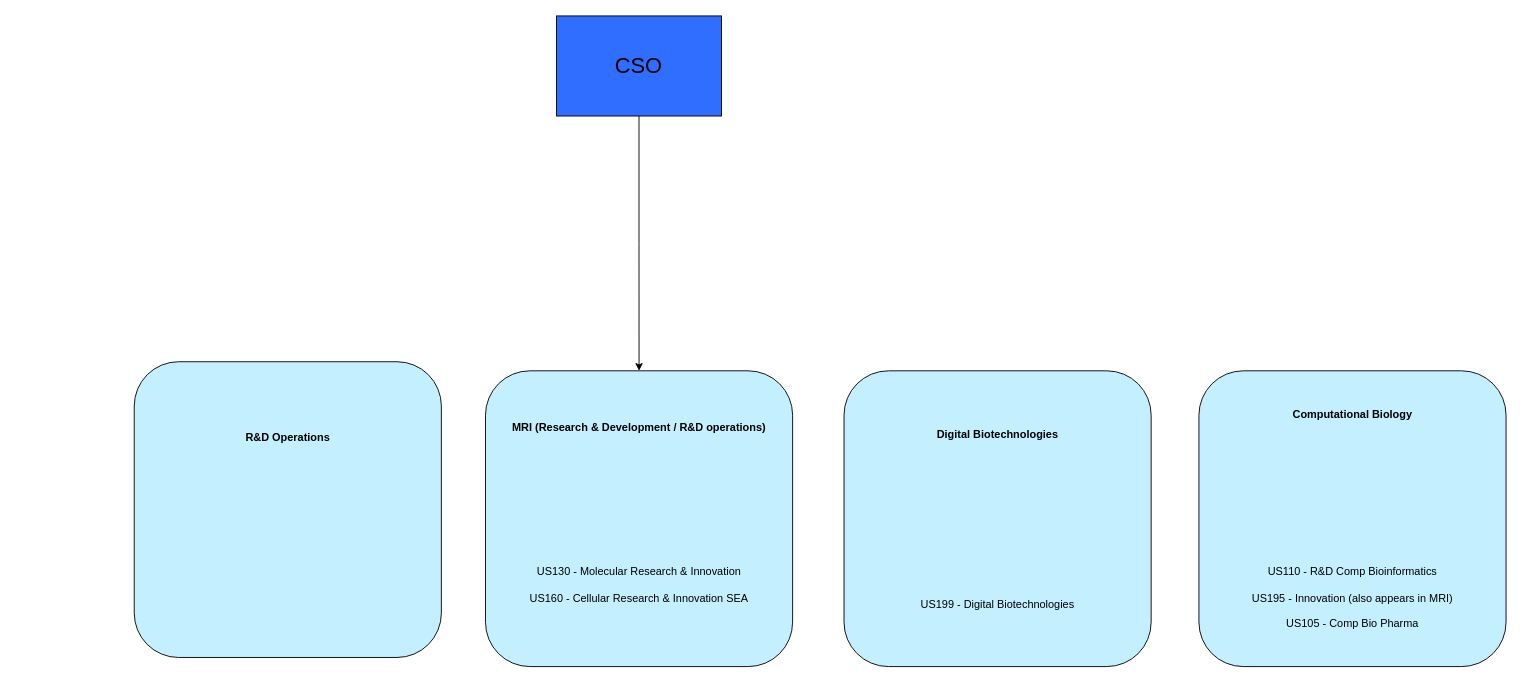
Above: page "CSO" (5 of 6) of Adaptive_org_classification.drawio in PhoenixTagal/Haku (draw.io), before the change. Source tidied: cells renumbered, new cells numbered last; positions are measured from the earlier drawing's top-left corner, leaving out a move shared by most shapes. Both pictures are drawn from the tidied source at 91%, with x=0, y=0 at pixel (134, 15).
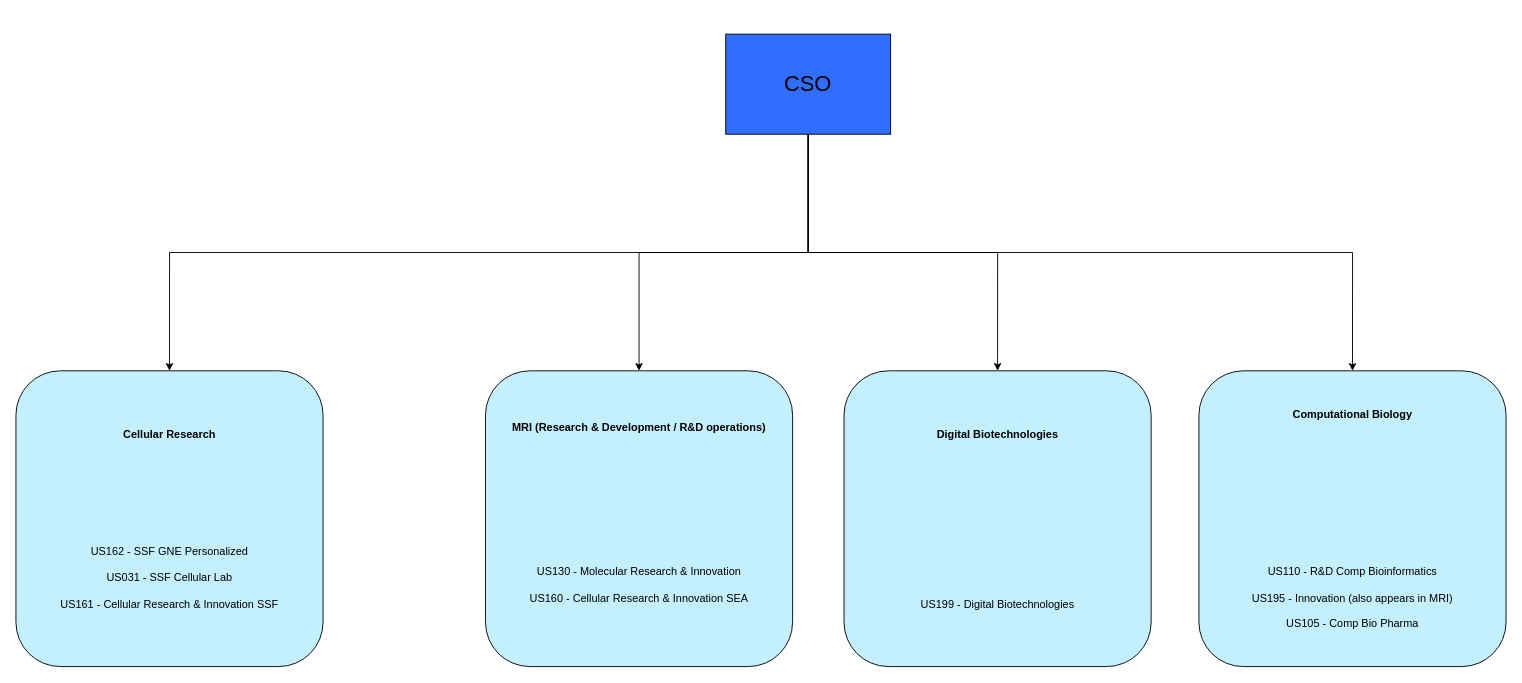
The same page after the edit.

What changed in the source:
```diff
@@
 <mxGraphModel>
   <root>
     <mxCell id="0" />
     <mxCell id="1" parent="0" />
     <mxCell id="2" style="edgeStyle=orthogonalEdgeStyle;rounded=0;jettySize=auto;html=1;exitX=0.5;exitY=1;exitDx=0;exitDy=0;entryX=0.5;entryY=0;entryDx=0;entryDy=0;" parent="1" edge="1" source="3" target="4">
       <mxGeometry relative="1" as="geometry" />
     </mxCell>
+    <mxCell id="8" style="edgeStyle=orthogonalEdgeStyle;rounded=0;jettySize=auto;html=1;exitX=0.5;exitY=1;exitDx=0;exitDy=0;entryX=0.5;entryY=0;entryDx=0;entryDy=0;fontSize=24;" parent="1" edge="1" source="3" target="7">
+      <mxGeometry relative="1" as="geometry" />
+    </mxCell>
+    <mxCell id="9" style="edgeStyle=orthogonalEdgeStyle;rounded=0;jettySize=auto;html=1;exitX=0.5;exitY=1;exitDx=0;exitDy=0;entryX=0.5;entryY=0;entryDx=0;entryDy=0;fontSize=24;" parent="1" edge="1" source="3" target="5">
+      <mxGeometry relative="1" as="geometry" />
+    </mxCell>
+    <mxCell id="10" style="edgeStyle=orthogonalEdgeStyle;rounded=0;jettySize=auto;html=1;exitX=0.5;exitY=1;exitDx=0;exitDy=0;entryX=0.5;entryY=0;entryDx=0;entryDy=0;fontSize=24;" parent="1" edge="1" source="3" target="6">
+      <mxGeometry relative="1" as="geometry" />
+    </mxCell>
     <mxCell id="3" value="&lt;font style=&quot;font-size: 24px;&quot;&gt;CSO&lt;/font&gt;" style="rounded=0;whiteSpace=wrap;html=1;fillColor=#306EFF;" parent="1" vertex="1">
-      <mxGeometry x="464.1" width="181.2" height="110" as="geometry" />
+      <mxGeometry x="650" y="20" width="181.2" height="110" as="geometry" />
     </mxCell>
     <mxCell id="4" value="&lt;b&gt;MRI (Research &amp;amp; Development / R&amp;amp;D operations)&lt;/b&gt;&lt;br&gt;&lt;br&gt;&lt;br&gt;&lt;br&gt;&lt;br&gt;&lt;br&gt;&lt;br&gt;&lt;br&gt;&lt;br&gt;&lt;br&gt;&lt;br&gt;US130 - Molecular Research &amp;amp; Innovation&lt;br&gt;&lt;br&gt;US160 - Cellular Research &amp;amp; Innovation SEA&lt;br&gt;&lt;br&gt;" style="rounded=1;whiteSpace=wrap;html=1;fillColor=#C4EFFF;" parent="1" vertex="1">
       <mxGeometry x="386" y="390" width="337.5" height="325" as="geometry" />
     </mxCell>
     <mxCell id="5" value="&lt;b&gt;Digital Biotechnologies&lt;/b&gt;&lt;br&gt;&lt;br&gt;&lt;br&gt;&lt;br&gt;&lt;br&gt;&lt;br&gt;&lt;br&gt;&lt;br&gt;&lt;br&gt;&lt;br&gt;&lt;br&gt;&lt;br&gt;&lt;br&gt;US199 - Digital Biotechnologies" style="rounded=1;whiteSpace=wrap;html=1;fillColor=#C4EFFF;" parent="1" vertex="1">
       <mxGeometry x="780" y="390" width="337.5" height="325" as="geometry" />
     </mxCell>
     <mxCell id="6" value="&lt;b&gt;Computational Biology&lt;/b&gt;&lt;br&gt;&lt;br&gt;&lt;br&gt;&lt;br&gt;&lt;br&gt;&lt;br&gt;&lt;br&gt;&lt;br&gt;&lt;br&gt;&lt;br&gt;&lt;br&gt;&lt;br&gt;US110 - R&amp;amp;D Comp Bioinformatics&lt;br&gt;&lt;br&gt;US195 - Innovation (also appears in MRI)&lt;br&gt;&lt;br&gt;US105 - Comp Bio Pharma" style="rounded=1;whiteSpace=wrap;html=1;fillColor=#C4EFFF;" parent="1" vertex="1">
       <mxGeometry x="1170" y="390" width="337.5" height="325" as="geometry" />
     </mxCell>
-    <mxCell id="7" value="&lt;b&gt;R&amp;amp;D Operations&lt;/b&gt;&lt;br&gt;&lt;br&gt;&lt;br&gt;&lt;br&gt;&lt;br&gt;&lt;br&gt;&lt;br&gt;&lt;br&gt;&lt;br&gt;&lt;br&gt;&lt;br&gt;&lt;br&gt;" style="rounded=1;whiteSpace=wrap;html=1;fillColor=#C4EFFF;" parent="1" vertex="1">
-      <mxGeometry y="380" width="337.5" height="325" as="geometry" />
+    <mxCell id="7" value="&lt;b&gt;Cellular Research&lt;/b&gt;&lt;br&gt;&lt;br&gt;&lt;br&gt;&lt;br&gt;&lt;br&gt;&lt;br&gt;&lt;br&gt;&lt;br&gt;&lt;br&gt;US162 - SSF GNE Personalized&lt;br&gt;&lt;br&gt;US031 - SSF Cellular Lab&lt;br&gt;&lt;br&gt;US161 - Cellular Research &amp;amp; Innovation SSF" style="rounded=1;whiteSpace=wrap;html=1;fillColor=#C4EFFF;" parent="1" vertex="1">
+      <mxGeometry x="-130" y="390" width="337.5" height="325" as="geometry" />
     </mxCell>
   </root>
 </mxGraphModel>
```
